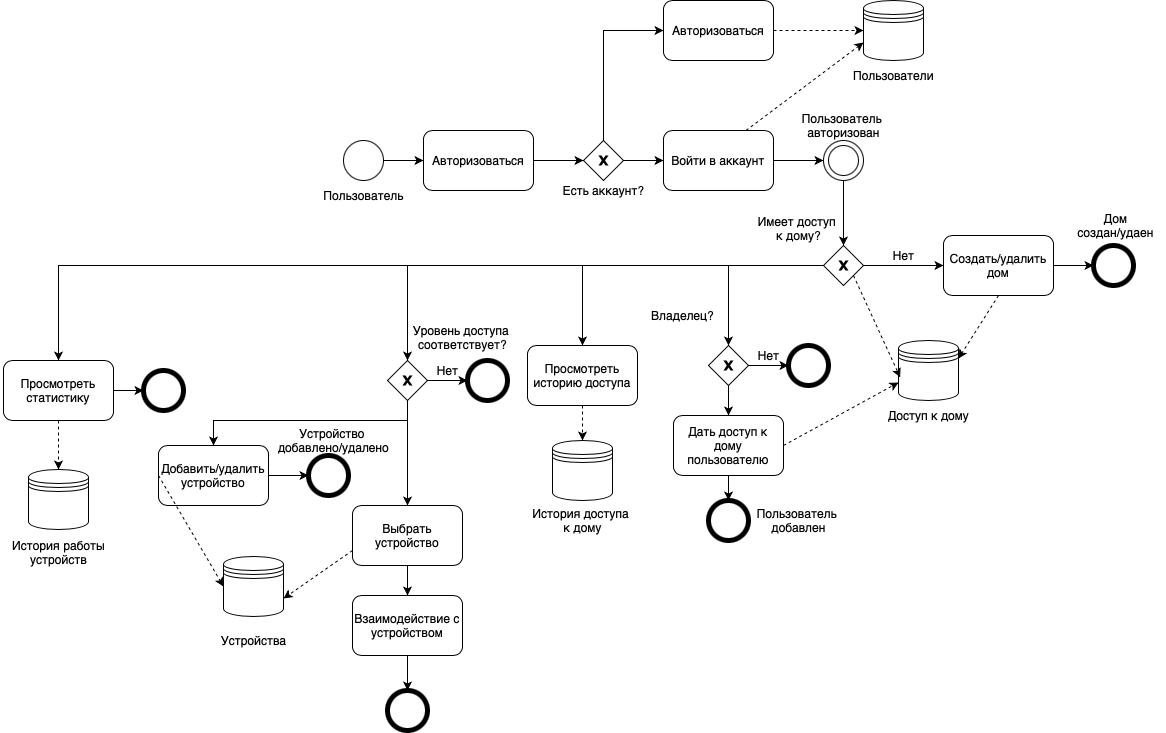
The draw.io diagram img/busmodel.png in Mamvriyskiy/IoT_system, before a commit. Source tidied: cells renumbered, new cells last; positions are measured from the earlier drawing's top-left corner, leaving out a move shared by most shapes. Source of this version:
```xml
<mxGraphModel>
  <root>
    <mxCell id="0" />
    <mxCell id="1" parent="0" />
    <mxCell id="2" style="edgeStyle=orthogonalEdgeStyle;rounded=0;jettySize=auto;html=1;exitX=1;exitY=0.5;exitDx=0;exitDy=0;entryX=0;entryY=0.5;entryDx=0;entryDy=0;" parent="1" edge="1" source="3" target="4">
      <mxGeometry relative="1" as="geometry" />
    </mxCell>
    <mxCell id="3" style="ellipse;whiteSpace=wrap;html=1;" parent="1" vertex="1">
      <mxGeometry x="344" y="140" width="40" height="40" as="geometry" />
    </mxCell>
    <mxCell id="4" value="Авторизоваться" style="rounded=1;whiteSpace=wrap;html=1;" parent="1" vertex="1">
      <mxGeometry x="424" y="130" width="110" height="60" as="geometry" />
    </mxCell>
    <mxCell id="5" value="Пользователь" style="text;html=1;align=center;verticalAlign=middle;strokeColor=none;fillColor=none;" parent="1" vertex="1">
      <mxGeometry x="314" y="180" width="100" height="30" as="geometry" />
    </mxCell>
    <mxCell id="6" style="rhombus;whiteSpace=wrap;html=1;strokeWidth=1;" parent="1" vertex="1">
      <mxGeometry x="584" y="140" width="40" height="40" as="geometry" />
    </mxCell>
    <mxCell id="7" style="verticalLabelPosition=bottom;verticalAlign=top;html=1;shape=mxgraph.basic.x;fillColor=#000000;strokeWidth=0;" parent="1" vertex="1">
      <mxGeometry x="599" y="155" width="10" height="10" as="geometry" />
    </mxCell>
    <mxCell id="8" style="endArrow=classic;html=1;rounded=0;exitX=1;exitY=0.5;exitDx=0;exitDy=0;entryX=0;entryY=0.5;entryDx=0;entryDy=0;" parent="1" edge="1" source="4" target="6">
      <mxGeometry relative="1" as="geometry" />
    </mxCell>
    <mxCell id="9" value="Авторизоваться" style="rounded=1;whiteSpace=wrap;html=1;" parent="1" vertex="1">
      <mxGeometry x="664" width="110" height="60" as="geometry" />
    </mxCell>
    <mxCell id="10" style="endArrow=classic;html=1;rounded=0;exitX=0.5;exitY=0;exitDx=0;exitDy=0;entryX=0;entryY=0.5;entryDx=0;entryDy=0;" parent="1" edge="1" source="6" target="9">
      <mxGeometry relative="1" as="geometry">
        <Array as="points">
          <mxPoint x="604" y="30" />
        </Array>
      </mxGeometry>
    </mxCell>
    <mxCell id="11" value="Войти в аккаунт" style="rounded=1;whiteSpace=wrap;html=1;" parent="1" vertex="1">
      <mxGeometry x="664" y="130" width="110" height="60" as="geometry" />
    </mxCell>
    <mxCell id="12" style="endArrow=classic;html=1;rounded=0;exitX=1;exitY=0.5;exitDx=0;exitDy=0;entryX=0;entryY=0.5;entryDx=0;entryDy=0;" parent="1" edge="1" source="6" target="11">
      <mxGeometry relative="1" as="geometry" />
    </mxCell>
    <mxCell id="13" style="ellipse;whiteSpace=wrap;html=1;" parent="1" vertex="1">
      <mxGeometry x="824" y="140" width="40" height="40" as="geometry" />
    </mxCell>
    <mxCell id="14" style="ellipse;whiteSpace=wrap;html=1;" parent="1" vertex="1">
      <mxGeometry x="829" y="145" width="30" height="30" as="geometry" />
    </mxCell>
    <mxCell id="15" style="endArrow=classic;html=1;rounded=0;exitX=1;exitY=0.5;exitDx=0;exitDy=0;entryX=0;entryY=0.5;entryDx=0;entryDy=0;" parent="1" edge="1" source="11" target="13">
      <mxGeometry relative="1" as="geometry" />
    </mxCell>
    <mxCell id="16" value="Есть аккаунт?" style="text;html=1;align=center;verticalAlign=middle;strokeColor=none;fillColor=none;" parent="1" vertex="1">
      <mxGeometry x="554" y="175" width="100" height="30" as="geometry" />
    </mxCell>
    <mxCell id="17" value="Пользователь&amp;nbsp;&lt;div&gt;авторизован&lt;/div&gt;" style="text;html=1;align=center;verticalAlign=middle;strokeColor=none;fillColor=none;" parent="1" vertex="1">
      <mxGeometry x="789" y="105" width="110" height="40" as="geometry" />
    </mxCell>
    <mxCell id="18" style="shape=datastore;whiteSpace=wrap;html=1;" parent="1" vertex="1">
      <mxGeometry x="864" width="60" height="60" as="geometry" />
    </mxCell>
    <mxCell id="19" value="Пользователи" style="text;html=1;align=center;verticalAlign=middle;strokeColor=none;fillColor=none;" parent="1" vertex="1">
      <mxGeometry x="844" y="60" width="100" height="30" as="geometry" />
    </mxCell>
    <mxCell id="20" style="endArrow=classic;dashed=1;html=1;rounded=0;entryX=0;entryY=0.7;entryDx=0;entryDy=0;exitX=0.75;exitY=0;exitDx=0;exitDy=0;startArrow=none;startFill=0;endFill=1;" parent="1" edge="1" source="11" target="18">
      <mxGeometry relative="1" as="geometry" />
    </mxCell>
    <mxCell id="21" style="endArrow=classic;dashed=1;html=1;rounded=0;entryX=0;entryY=0.5;entryDx=0;entryDy=0;exitX=1;exitY=0.5;exitDx=0;exitDy=0;startArrow=none;startFill=0;endFill=1;" parent="1" edge="1" source="9" target="18">
      <mxGeometry relative="1" as="geometry" />
    </mxCell>
    <mxCell id="22" style="rhombus;whiteSpace=wrap;html=1;strokeWidth=1;" parent="1" vertex="1">
      <mxGeometry x="824" y="245" width="40" height="40" as="geometry" />
    </mxCell>
    <mxCell id="23" style="verticalLabelPosition=bottom;verticalAlign=top;html=1;shape=mxgraph.basic.x;fillColor=#000000;strokeWidth=0;" parent="1" vertex="1">
      <mxGeometry x="839" y="260" width="10" height="10" as="geometry" />
    </mxCell>
    <mxCell id="24" style="endArrow=none;html=1;rounded=0;exitX=0.5;exitY=0;exitDx=0;exitDy=0;entryX=0.5;entryY=1;entryDx=0;entryDy=0;endFill=0;startArrow=classic;startFill=1;" parent="1" edge="1" source="22" target="13">
      <mxGeometry relative="1" as="geometry">
        <Array as="points">
          <mxPoint x="844" y="230" />
        </Array>
      </mxGeometry>
    </mxCell>
    <mxCell id="25" value="Имеет доступ&amp;nbsp;&lt;div&gt;к дому?&lt;div&gt;&lt;br&gt;&lt;/div&gt;&lt;/div&gt;" style="text;html=1;align=center;verticalAlign=middle;strokeColor=none;fillColor=none;" parent="1" vertex="1">
      <mxGeometry x="749" y="205" width="100" height="60" as="geometry" />
    </mxCell>
    <mxCell id="26" style="ellipse;whiteSpace=wrap;html=1;strokeWidth=5;" parent="1" vertex="1">
      <mxGeometry x="1094" y="245" width="40" height="40" as="geometry" />
    </mxCell>
    <mxCell id="27" value="Нет" style="text;html=1;align=center;verticalAlign=middle;strokeColor=none;fillColor=none;" parent="1" vertex="1">
      <mxGeometry x="884" y="240" width="40" height="30" as="geometry" />
    </mxCell>
    <mxCell id="28" style="shape=datastore;whiteSpace=wrap;html=1;" parent="1" vertex="1">
      <mxGeometry x="899" y="340" width="60" height="60" as="geometry" />
    </mxCell>
    <mxCell id="29" value="Доступ к дому" style="text;html=1;align=center;verticalAlign=middle;strokeColor=none;fillColor=none;" parent="1" vertex="1">
      <mxGeometry x="879" y="400" width="100" height="30" as="geometry" />
    </mxCell>
    <mxCell id="30" style="endArrow=classic;dashed=1;html=1;rounded=0;entryX=0.028;entryY=0.614;entryDx=0;entryDy=0;exitX=1;exitY=1;exitDx=0;exitDy=0;startArrow=none;startFill=0;endFill=1;entryPerimeter=0;" parent="1" edge="1" source="22" target="28">
      <mxGeometry relative="1" as="geometry" />
    </mxCell>
    <mxCell id="31" value="Просмотреть статистику" style="rounded=1;whiteSpace=wrap;html=1;" parent="1" vertex="1">
      <mxGeometry x="4" y="360" width="110" height="60" as="geometry" />
    </mxCell>
    <mxCell id="32" value="Просмотреть историю доступа" style="rounded=1;whiteSpace=wrap;html=1;" parent="1" vertex="1">
      <mxGeometry x="528" y="345" width="110" height="60" as="geometry" />
    </mxCell>
    <mxCell id="33" value="Выбрать устройство" style="rounded=1;whiteSpace=wrap;html=1;" parent="1" vertex="1">
      <mxGeometry x="353" y="505" width="110" height="60" as="geometry" />
    </mxCell>
    <mxCell id="34" style="endArrow=classic;html=1;rounded=0;entryX=0.5;entryY=0;entryDx=0;entryDy=0;exitX=0;exitY=0.5;exitDx=0;exitDy=0;" parent="1" edge="1" source="22" target="32">
      <mxGeometry relative="1" as="geometry">
        <Array as="points">
          <mxPoint x="759" y="265" />
          <mxPoint x="583" y="265" />
        </Array>
      </mxGeometry>
    </mxCell>
    <mxCell id="35" style="endArrow=classic;dashed=1;html=1;rounded=0;entryX=0.5;entryY=0;entryDx=0;entryDy=0;exitX=0.5;exitY=1;exitDx=0;exitDy=0;startArrow=none;startFill=0;endFill=1;" parent="1" edge="1" source="32" target="36">
      <mxGeometry relative="1" as="geometry" />
    </mxCell>
    <mxCell id="36" style="shape=datastore;whiteSpace=wrap;html=1;" parent="1" vertex="1">
      <mxGeometry x="553" y="440" width="60" height="60" as="geometry" />
    </mxCell>
    <mxCell id="37" value="История доступа&amp;nbsp;&lt;div&gt;к дому&lt;/div&gt;" style="text;html=1;align=center;verticalAlign=middle;strokeColor=none;fillColor=none;" parent="1" vertex="1">
      <mxGeometry x="523" y="500" width="120" height="40" as="geometry" />
    </mxCell>
    <mxCell id="38" style="rhombus;whiteSpace=wrap;html=1;strokeWidth=1;" parent="1" vertex="1">
      <mxGeometry x="709" y="345" width="40" height="40" as="geometry" />
    </mxCell>
    <mxCell id="39" style="verticalLabelPosition=bottom;verticalAlign=top;html=1;shape=mxgraph.basic.x;fillColor=#000000;strokeWidth=0;" parent="1" vertex="1">
      <mxGeometry x="724" y="360" width="10" height="10" as="geometry" />
    </mxCell>
    <mxCell id="40" style="endArrow=classic;html=1;rounded=0;entryX=0.5;entryY=0;entryDx=0;entryDy=0;exitX=0;exitY=0.5;exitDx=0;exitDy=0;" parent="1" edge="1" source="22" target="38">
      <mxGeometry relative="1" as="geometry">
        <Array as="points">
          <mxPoint x="729" y="265" />
        </Array>
      </mxGeometry>
    </mxCell>
    <mxCell id="41" value="Владелец?" style="text;html=1;align=center;verticalAlign=middle;strokeColor=none;fillColor=none;" parent="1" vertex="1">
      <mxGeometry x="638" y="300" width="90" height="30" as="geometry" />
    </mxCell>
    <mxCell id="42" style="ellipse;whiteSpace=wrap;html=1;strokeWidth=5;" parent="1" vertex="1">
      <mxGeometry x="789" y="345" width="40" height="40" as="geometry" />
    </mxCell>
    <mxCell id="43" style="endArrow=classic;html=1;rounded=0;entryX=0;entryY=0.5;entryDx=0;entryDy=0;" parent="1" edge="1" target="42">
      <mxGeometry relative="1" as="geometry">
        <mxPoint x="749" y="365" as="sourcePoint" />
      </mxGeometry>
    </mxCell>
    <mxCell id="44" value="Нет" style="text;html=1;align=center;verticalAlign=middle;strokeColor=none;fillColor=none;" parent="1" vertex="1">
      <mxGeometry x="749" y="340" width="40" height="30" as="geometry" />
    </mxCell>
    <mxCell id="45" value="Дать доступ к дому пользователю" style="rounded=1;whiteSpace=wrap;html=1;" parent="1" vertex="1">
      <mxGeometry x="674" y="415" width="110" height="60" as="geometry" />
    </mxCell>
    <mxCell id="46" style="endArrow=classic;html=1;rounded=0;exitX=0.5;exitY=1;exitDx=0;exitDy=0;entryX=0.5;entryY=0;entryDx=0;entryDy=0;" parent="1" edge="1" source="38" target="45">
      <mxGeometry relative="1" as="geometry" />
    </mxCell>
    <mxCell id="47" style="endArrow=classic;dashed=1;html=1;rounded=0;entryX=0;entryY=0.7;entryDx=0;entryDy=0;exitX=1;exitY=0.5;exitDx=0;exitDy=0;startArrow=none;startFill=0;endFill=1;" parent="1" edge="1" source="45" target="28">
      <mxGeometry relative="1" as="geometry" />
    </mxCell>
    <mxCell id="48" style="rhombus;whiteSpace=wrap;html=1;strokeWidth=1;" parent="1" vertex="1">
      <mxGeometry x="388" y="360" width="40" height="40" as="geometry" />
    </mxCell>
    <mxCell id="49" style="verticalLabelPosition=bottom;verticalAlign=top;html=1;shape=mxgraph.basic.x;fillColor=#000000;strokeWidth=0;" parent="1" vertex="1">
      <mxGeometry x="403" y="375" width="10" height="10" as="geometry" />
    </mxCell>
    <mxCell id="50" value="&lt;br&gt;&lt;div&gt;Уровень доступа&amp;nbsp;&lt;/div&gt;&lt;div&gt;соответствует?&lt;/div&gt;" style="text;html=1;align=center;verticalAlign=middle;strokeColor=none;fillColor=none;" parent="1" vertex="1">
      <mxGeometry x="403" y="300" width="120" height="60" as="geometry" />
    </mxCell>
    <mxCell id="51" style="ellipse;whiteSpace=wrap;html=1;strokeWidth=5;" parent="1" vertex="1">
      <mxGeometry x="468" y="360" width="40" height="40" as="geometry" />
    </mxCell>
    <mxCell id="52" style="endArrow=classic;html=1;rounded=0;entryX=0;entryY=0.5;entryDx=0;entryDy=0;" parent="1" edge="1" target="51">
      <mxGeometry relative="1" as="geometry">
        <mxPoint x="428" y="380" as="sourcePoint" />
      </mxGeometry>
    </mxCell>
    <mxCell id="53" value="Нет" style="text;html=1;align=center;verticalAlign=middle;strokeColor=none;fillColor=none;" parent="1" vertex="1">
      <mxGeometry x="428" y="355" width="40" height="30" as="geometry" />
    </mxCell>
    <mxCell id="54" style="endArrow=classic;html=1;rounded=0;exitX=0;exitY=0.5;exitDx=0;exitDy=0;entryX=0.5;entryY=0;entryDx=0;entryDy=0;" parent="1" edge="1" source="22" target="48">
      <mxGeometry relative="1" as="geometry">
        <Array as="points">
          <mxPoint x="408" y="265" />
        </Array>
      </mxGeometry>
    </mxCell>
    <mxCell id="55" value="Взаимодействие с устройством" style="rounded=1;whiteSpace=wrap;html=1;" parent="1" vertex="1">
      <mxGeometry x="353" y="595" width="110" height="60" as="geometry" />
    </mxCell>
    <mxCell id="56" style="endArrow=classic;html=1;rounded=0;exitX=0.5;exitY=1;exitDx=0;exitDy=0;entryX=0.5;entryY=0;entryDx=0;entryDy=0;" parent="1" edge="1" source="48" target="33">
      <mxGeometry relative="1" as="geometry" />
    </mxCell>
    <mxCell id="57" style="endArrow=classic;html=1;rounded=0;exitX=0.5;exitY=1;exitDx=0;exitDy=0;entryX=0.5;entryY=0;entryDx=0;entryDy=0;" parent="1" edge="1" source="33" target="55">
      <mxGeometry relative="1" as="geometry" />
    </mxCell>
    <mxCell id="58" style="shape=datastore;whiteSpace=wrap;html=1;" parent="1" vertex="1">
      <mxGeometry x="224" y="556" width="60" height="60" as="geometry" />
    </mxCell>
    <mxCell id="59" value="Устройства" style="text;html=1;align=center;verticalAlign=middle;strokeColor=none;fillColor=none;" parent="1" vertex="1">
      <mxGeometry x="209" y="625" width="90" height="30" as="geometry" />
    </mxCell>
    <mxCell id="60" style="endArrow=classic;html=1;rounded=0;exitX=0;exitY=0.5;exitDx=0;exitDy=0;entryX=0.5;entryY=0;entryDx=0;entryDy=0;" parent="1" edge="1" source="22" target="31">
      <mxGeometry relative="1" as="geometry">
        <Array as="points">
          <mxPoint x="59" y="265" />
        </Array>
      </mxGeometry>
    </mxCell>
    <mxCell id="61" style="endArrow=classic;dashed=1;html=1;rounded=0;entryX=1;entryY=0.7;entryDx=0;entryDy=0;exitX=0;exitY=0.75;exitDx=0;exitDy=0;startArrow=none;startFill=0;endFill=1;" parent="1" edge="1" source="33" target="58">
      <mxGeometry relative="1" as="geometry" />
    </mxCell>
    <mxCell id="62" style="ellipse;whiteSpace=wrap;html=1;strokeWidth=5;" parent="1" vertex="1">
      <mxGeometry x="709" y="500" width="40" height="40" as="geometry" />
    </mxCell>
    <mxCell id="63" style="endArrow=classic;html=1;rounded=0;entryX=0.5;entryY=0;entryDx=0;entryDy=0;exitX=0.5;exitY=1;exitDx=0;exitDy=0;" parent="1" edge="1" source="45" target="62">
      <mxGeometry relative="1" as="geometry" />
    </mxCell>
    <mxCell id="64" value="Пользователь&amp;nbsp;&lt;div&gt;добавлен&lt;/div&gt;" style="text;html=1;align=center;verticalAlign=middle;strokeColor=none;fillColor=none;" parent="1" vertex="1">
      <mxGeometry x="744" y="500" width="110" height="40" as="geometry" />
    </mxCell>
    <mxCell id="65" style="ellipse;whiteSpace=wrap;html=1;strokeWidth=5;" parent="1" vertex="1">
      <mxGeometry x="144" y="370" width="40" height="40" as="geometry" />
    </mxCell>
    <mxCell id="66" style="endArrow=classic;html=1;rounded=0;exitX=1;exitY=0.5;exitDx=0;exitDy=0;entryX=0;entryY=0.5;entryDx=0;entryDy=0;" parent="1" edge="1" source="31" target="65">
      <mxGeometry relative="1" as="geometry" />
    </mxCell>
    <mxCell id="67" style="ellipse;whiteSpace=wrap;html=1;strokeWidth=5;" parent="1" vertex="1">
      <mxGeometry x="388" y="690" width="40" height="40" as="geometry" />
    </mxCell>
    <mxCell id="68" style="endArrow=classic;html=1;rounded=0;entryX=0.5;entryY=0;entryDx=0;entryDy=0;exitX=0.5;exitY=1;exitDx=0;exitDy=0;" parent="1" edge="1" source="55" target="67">
      <mxGeometry relative="1" as="geometry" />
    </mxCell>
    <mxCell id="69" value="Добавить/удалить устройство" style="rounded=1;whiteSpace=wrap;html=1;" parent="1" vertex="1">
      <mxGeometry x="159" y="445" width="110" height="60" as="geometry" />
    </mxCell>
    <mxCell id="70" style="endArrow=classic;html=1;rounded=0;entryX=0.5;entryY=0;entryDx=0;entryDy=0;exitX=0.5;exitY=1;exitDx=0;exitDy=0;" parent="1" edge="1" source="48" target="69">
      <mxGeometry relative="1" as="geometry">
        <Array as="points">
          <mxPoint x="408" y="420" />
          <mxPoint x="359" y="420" />
          <mxPoint x="214" y="420" />
        </Array>
      </mxGeometry>
    </mxCell>
    <mxCell id="71" style="ellipse;whiteSpace=wrap;html=1;strokeWidth=5;" parent="1" vertex="1">
      <mxGeometry x="309" y="455" width="40" height="40" as="geometry" />
    </mxCell>
    <mxCell id="72" style="endArrow=classic;html=1;rounded=0;exitX=1;exitY=0.5;exitDx=0;exitDy=0;entryX=0;entryY=0.5;entryDx=0;entryDy=0;" parent="1" edge="1" source="69" target="71">
      <mxGeometry relative="1" as="geometry" />
    </mxCell>
    <mxCell id="73" value="Устройство&amp;nbsp;&lt;div&gt;добавлено/удалено&lt;/div&gt;" style="text;html=1;align=center;verticalAlign=middle;strokeColor=none;fillColor=none;" parent="1" vertex="1">
      <mxGeometry x="269" y="420" width="130" height="40" as="geometry" />
    </mxCell>
    <mxCell id="74" style="endArrow=classic;dashed=1;html=1;rounded=0;entryX=0;entryY=0.5;entryDx=0;entryDy=0;exitX=0;exitY=0.5;exitDx=0;exitDy=0;startArrow=none;startFill=0;endFill=1;" parent="1" edge="1" source="69" target="58">
      <mxGeometry relative="1" as="geometry" />
    </mxCell>
    <mxCell id="75" value="Создать/удалить дом" style="rounded=1;whiteSpace=wrap;html=1;" parent="1" vertex="1">
      <mxGeometry x="944" y="235" width="110" height="60" as="geometry" />
    </mxCell>
    <mxCell id="76" style="endArrow=classic;html=1;rounded=0;entryX=0;entryY=0.5;entryDx=0;entryDy=0;exitX=1;exitY=0.5;exitDx=0;exitDy=0;" parent="1" edge="1" source="22" target="75">
      <mxGeometry relative="1" as="geometry" />
    </mxCell>
    <mxCell id="77" style="endArrow=classic;html=1;rounded=0;entryX=0;entryY=0.5;entryDx=0;entryDy=0;exitX=1;exitY=0.5;exitDx=0;exitDy=0;" parent="1" edge="1" source="75" target="26">
      <mxGeometry relative="1" as="geometry" />
    </mxCell>
    <mxCell id="78" value="Дом&lt;div&gt;создан/удаен&lt;/div&gt;" style="text;html=1;align=center;verticalAlign=middle;strokeColor=none;fillColor=none;" parent="1" vertex="1">
      <mxGeometry x="1066" y="205" width="100" height="40" as="geometry" />
    </mxCell>
    <mxCell id="79" style="endArrow=classic;dashed=1;html=1;rounded=0;entryX=1;entryY=0.3;entryDx=0;entryDy=0;exitX=0.5;exitY=1;exitDx=0;exitDy=0;startArrow=none;startFill=0;endFill=1;" parent="1" edge="1" source="75" target="28">
      <mxGeometry relative="1" as="geometry" />
    </mxCell>
    <mxCell id="80" style="shape=datastore;whiteSpace=wrap;html=1;" parent="1" vertex="1">
      <mxGeometry x="29" y="469" width="60" height="60" as="geometry" />
    </mxCell>
    <mxCell id="81" value="История работы&lt;div&gt;устройств&lt;/div&gt;" style="text;html=1;align=center;verticalAlign=middle;strokeColor=none;fillColor=none;" parent="1" vertex="1">
      <mxGeometry x="0.5" y="529" width="117" height="45" as="geometry" />
    </mxCell>
    <mxCell id="82" style="endArrow=classic;dashed=1;html=1;rounded=0;entryX=0.5;entryY=0;entryDx=0;entryDy=0;exitX=0.5;exitY=1;exitDx=0;exitDy=0;startArrow=none;startFill=0;endFill=1;" parent="1" edge="1" source="31" target="80">
      <mxGeometry relative="1" as="geometry" />
    </mxCell>
  </root>
</mxGraphModel>
```
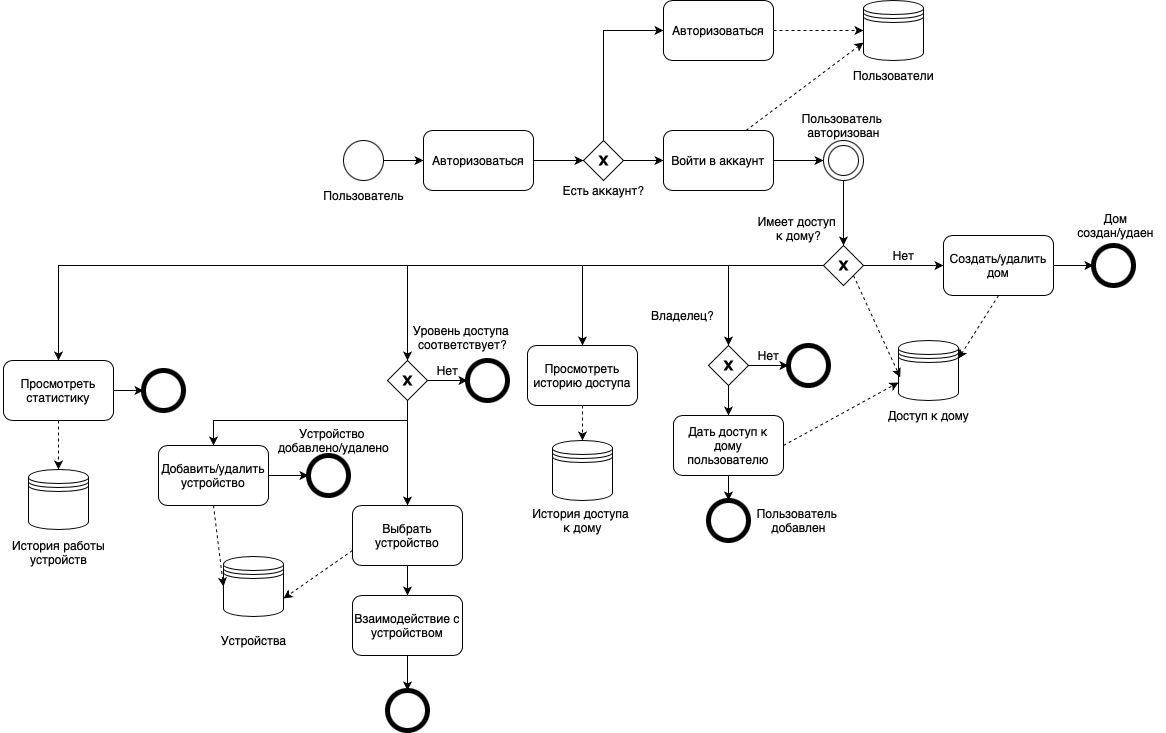
The same diagram one commit later.

Diff of the diagram source:
```diff
@@ -253,7 +253,7 @@
     <mxCell id="73" value="Устройство&amp;nbsp;&lt;div&gt;добавлено/удалено&lt;/div&gt;" style="text;html=1;align=center;verticalAlign=middle;strokeColor=none;fillColor=none;" parent="1" vertex="1">
       <mxGeometry x="269" y="420" width="130" height="40" as="geometry" />
     </mxCell>
-    <mxCell id="74" style="endArrow=classic;dashed=1;html=1;rounded=0;entryX=0;entryY=0.5;entryDx=0;entryDy=0;exitX=0;exitY=0.5;exitDx=0;exitDy=0;startArrow=none;startFill=0;endFill=1;" parent="1" edge="1" source="69" target="58">
+    <mxCell id="74" style="endArrow=classic;dashed=1;html=1;rounded=0;entryX=0;entryY=0.5;entryDx=0;entryDy=0;exitX=0.5;exitY=1;exitDx=0;exitDy=0;startArrow=none;startFill=0;endFill=1;" parent="1" edge="1" source="69" target="58">
       <mxGeometry relative="1" as="geometry" />
     </mxCell>
     <mxCell id="75" value="Создать/удалить дом" style="rounded=1;whiteSpace=wrap;html=1;" parent="1" vertex="1">
```
